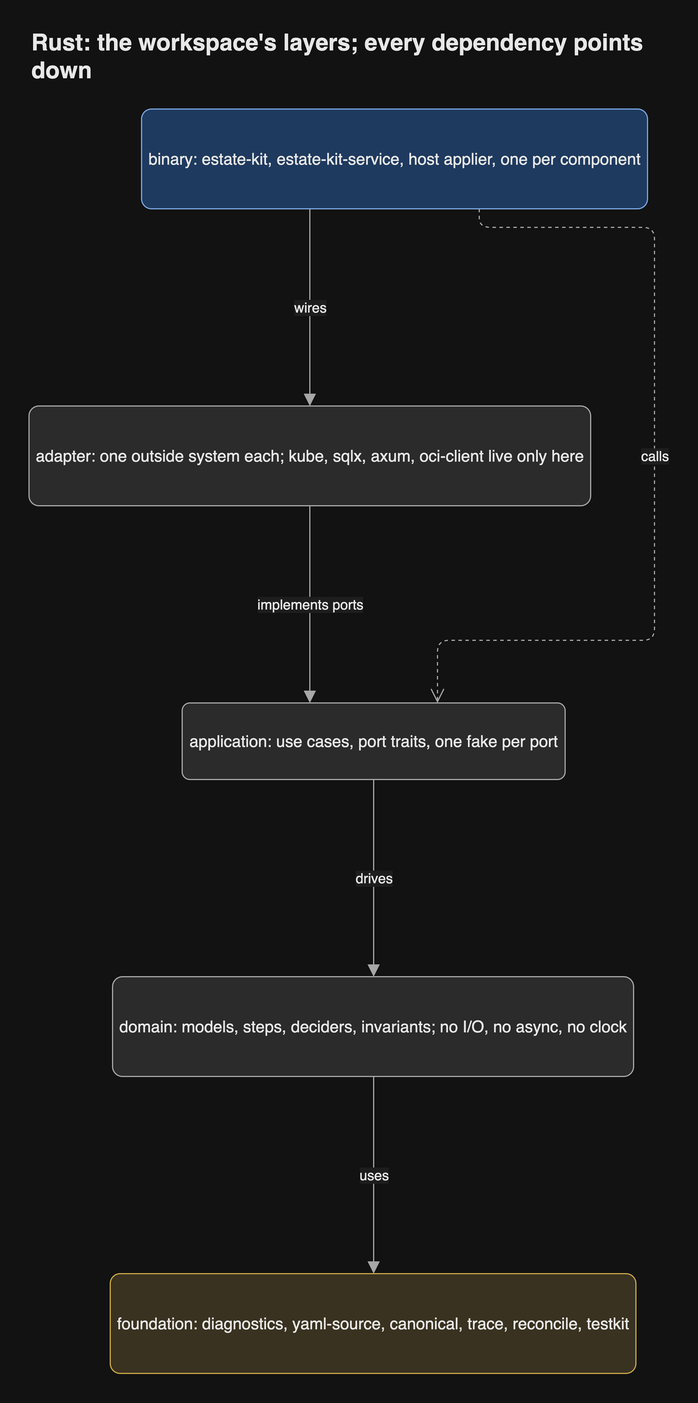
Earlier version of the draw.io export docs/diagrams/png/rust-layers.png (JorisJonkers-dev/estate-kit). Source tidied: cells renumbered, new cells last; positions are measured from the earlier drawing's top-left corner, leaving out a move shared by most shapes.
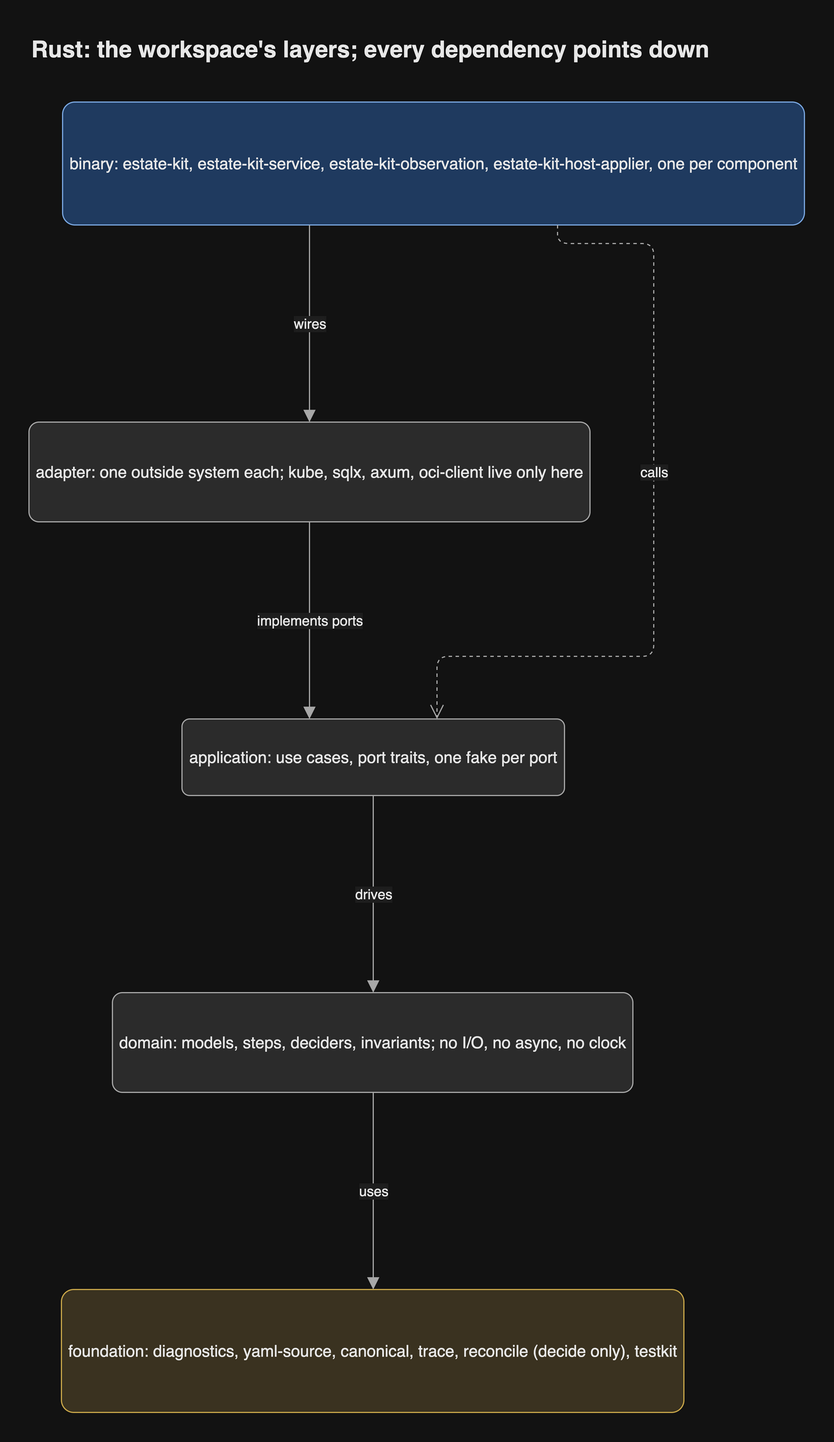
After the change.

The edit, as a diff of the source:
```diff
@@ -2,62 +2,62 @@
   <root>
     <mxCell id="0" />
     <mxCell id="1" parent="0" />
-    <mxCell id="2" value="binary: estate-kit, estate-kit-service, host applier, one per component" style="rounded=1;arcSize=10;html=1;whiteSpace=wrap;fontSize=14;fontColor=light-dark(#1a1a1a,#e8e8e8);fillColor=light-dark(#dae8fc,#1f3a5f);strokeColor=light-dark(#6c8ebf,#7aa7e0);fontFamily=Helvetica;" parent="1" vertex="1">
-      <mxGeometry x="97" y="64" width="436" height="86" as="geometry" />
+    <mxCell id="2" value="binary: estate-kit, estate-kit-service, estate-kit-observation, estate-kit-host-applier, one per component" style="rounded=1;arcSize=10;html=1;whiteSpace=wrap;fontSize=14;fontColor=light-dark(#1a1a1a,#e8e8e8);fillColor=light-dark(#dae8fc,#1f3a5f);strokeColor=light-dark(#6c8ebf,#7aa7e0);fontFamily=Helvetica;" parent="1" vertex="1">
+      <mxGeometry x="29" y="64" width="640" height="106" as="geometry" />
     </mxCell>
     <mxCell id="3" value="adapter: one outside system each; kube, sqlx, axum, oci-client live only here" style="rounded=1;arcSize=10;html=1;whiteSpace=wrap;fontSize=14;fontColor=light-dark(#1a1a1a,#e8e8e8);fillColor=light-dark(#f5f5f5,#2b2b2b);strokeColor=light-dark(#666666,#a8a8a8);fontFamily=Helvetica;" parent="1" vertex="1">
-      <mxGeometry y="320" width="484" height="86" as="geometry" />
+      <mxGeometry y="340" width="484" height="86" as="geometry" />
     </mxCell>
     <mxCell id="4" value="application: use cases, port traits, one fake per port" style="rounded=1;arcSize=10;html=1;whiteSpace=wrap;fontSize=14;fontColor=light-dark(#1a1a1a,#e8e8e8);fillColor=light-dark(#f5f5f5,#2b2b2b);strokeColor=light-dark(#666666,#a8a8a8);fontFamily=Helvetica;" parent="1" vertex="1">
-      <mxGeometry x="132" y="576" width="330" height="66" as="geometry" />
+      <mxGeometry x="132" y="596" width="330" height="66" as="geometry" />
     </mxCell>
     <mxCell id="5" value="domain: models, steps, deciders, invariants; no I/O, no async, no clock" style="rounded=1;arcSize=10;html=1;whiteSpace=wrap;fontSize=14;fontColor=light-dark(#1a1a1a,#e8e8e8);fillColor=light-dark(#f5f5f5,#2b2b2b);strokeColor=light-dark(#666666,#a8a8a8);fontFamily=Helvetica;" parent="1" vertex="1">
-      <mxGeometry x="72" y="812" width="449" height="86" as="geometry" />
+      <mxGeometry x="72" y="832" width="449" height="86" as="geometry" />
     </mxCell>
-    <mxCell id="6" value="foundation: diagnostics, yaml-source, canonical, trace, reconcile, testkit" style="rounded=1;arcSize=10;html=1;whiteSpace=wrap;fontSize=14;fontColor=light-dark(#1a1a1a,#e8e8e8);fillColor=light-dark(#fff2cc,#3a3220);strokeColor=light-dark(#d6b656,#c9a74a);fontFamily=Helvetica;" parent="1" vertex="1">
-      <mxGeometry x="70" y="1068" width="453" height="86" as="geometry" />
+    <mxCell id="6" value="foundation: diagnostics, yaml-source, canonical, trace, reconcile (decide only), testkit" style="rounded=1;arcSize=10;html=1;whiteSpace=wrap;fontSize=14;fontColor=light-dark(#1a1a1a,#e8e8e8);fillColor=light-dark(#fff2cc,#3a3220);strokeColor=light-dark(#d6b656,#c9a74a);fontFamily=Helvetica;" parent="1" vertex="1">
+      <mxGeometry x="28" y="1088" width="537" height="106" as="geometry" />
     </mxCell>
-    <mxCell id="7" value="wires" style="html=1;rounded=1;fontSize=14;fontSize=12;fontColor=light-dark(#1a1a1a,#e8e8e8);strokeColor=light-dark(#666666,#a8a8a8);endArrow=block;endFill=1;endSize=8;curved=0;exitX=0.3326;exitY=1;entryX=0.5;entryY=0;edgeStyle=orthogonalEdgeStyle;fontFamily=Helvetica;labelBackgroundColor=light-dark(#ffffff,#1e1e1e);" parent="1" edge="1" source="2" target="3">
+    <mxCell id="7" value="wires" style="html=1;rounded=1;fontSize=14;fontSize=12;fontColor=light-dark(#1a1a1a,#e8e8e8);strokeColor=light-dark(#666666,#a8a8a8);endArrow=block;endFill=1;endSize=8;curved=0;exitX=0.3328;exitY=1;entryX=0.5;entryY=0;edgeStyle=orthogonalEdgeStyle;fontFamily=Helvetica;labelBackgroundColor=light-dark(#ffffff,#1e1e1e);" parent="1" edge="1" source="2" target="3">
       <mxGeometry relative="1" as="geometry">
         <Array as="points">
-          <mxPoint x="242" y="235" />
+          <mxPoint x="242" y="255" />
         </Array>
       </mxGeometry>
     </mxCell>
     <mxCell id="8" value="implements ports" style="html=1;rounded=1;fontSize=14;fontSize=12;fontColor=light-dark(#1a1a1a,#e8e8e8);strokeColor=light-dark(#666666,#a8a8a8);endArrow=block;endFill=1;endSize=8;curved=0;exitX=0.5;exitY=1;entryX=0.3333;entryY=0;edgeStyle=orthogonalEdgeStyle;fontFamily=Helvetica;labelBackgroundColor=light-dark(#ffffff,#1e1e1e);" parent="1" edge="1" source="3" target="4">
       <mxGeometry relative="1" as="geometry">
         <Array as="points">
-          <mxPoint x="242" y="491" />
+          <mxPoint x="242" y="511" />
         </Array>
       </mxGeometry>
     </mxCell>
     <mxCell id="9" value="drives" style="html=1;rounded=1;fontSize=14;fontSize=12;fontColor=light-dark(#1a1a1a,#e8e8e8);strokeColor=light-dark(#666666,#a8a8a8);endArrow=block;endFill=1;endSize=8;curved=0;exitX=0.5;exitY=1;entryX=0.5011;entryY=0;edgeStyle=orthogonalEdgeStyle;fontFamily=Helvetica;labelBackgroundColor=light-dark(#ffffff,#1e1e1e);" parent="1" edge="1" source="4" target="5">
       <mxGeometry relative="1" as="geometry">
         <Array as="points">
-          <mxPoint x="297" y="727" />
+          <mxPoint x="297" y="747" />
         </Array>
       </mxGeometry>
     </mxCell>
-    <mxCell id="10" value="uses" style="html=1;rounded=1;fontSize=14;fontSize=12;fontColor=light-dark(#1a1a1a,#e8e8e8);strokeColor=light-dark(#666666,#a8a8a8);endArrow=block;endFill=1;endSize=8;curved=0;exitX=0.5011;exitY=1;entryX=0.5011;entryY=0;edgeStyle=orthogonalEdgeStyle;fontFamily=Helvetica;labelBackgroundColor=light-dark(#ffffff,#1e1e1e);" parent="1" edge="1" source="5" target="6">
+    <mxCell id="10" value="uses" style="html=1;rounded=1;fontSize=14;fontSize=12;fontColor=light-dark(#1a1a1a,#e8e8e8);strokeColor=light-dark(#666666,#a8a8a8);endArrow=block;endFill=1;endSize=8;curved=0;exitX=0.5011;exitY=1;entryX=0.5009;entryY=0;edgeStyle=orthogonalEdgeStyle;fontFamily=Helvetica;labelBackgroundColor=light-dark(#ffffff,#1e1e1e);" parent="1" edge="1" source="5" target="6">
       <mxGeometry relative="1" as="geometry">
         <Array as="points">
-          <mxPoint x="297" y="983" />
+          <mxPoint x="297" y="1003" />
         </Array>
       </mxGeometry>
     </mxCell>
-    <mxCell id="11" value="calls" style="html=1;rounded=1;fontSize=14;fontSize=12;fontColor=light-dark(#1a1a1a,#e8e8e8);strokeColor=light-dark(#666666,#a8a8a8);endArrow=open;endSize=10;dashed=1;curved=0;exitX=0.6674;exitY=1;entryX=0.6667;entryY=0;edgeStyle=orthogonalEdgeStyle;fontFamily=Helvetica;labelBackgroundColor=light-dark(#ffffff,#1e1e1e);" parent="1" edge="1" source="2" target="4">
+    <mxCell id="11" value="calls" style="html=1;rounded=1;fontSize=14;fontSize=12;fontColor=light-dark(#1a1a1a,#e8e8e8);strokeColor=light-dark(#666666,#a8a8a8);endArrow=open;endSize=10;dashed=1;curved=0;exitX=0.6672;exitY=1;entryX=0.6667;entryY=0;edgeStyle=orthogonalEdgeStyle;fontFamily=Helvetica;labelBackgroundColor=light-dark(#ffffff,#1e1e1e);" parent="1" edge="1" source="2" target="4">
       <mxGeometry relative="1" as="geometry">
         <Array as="points">
-          <mxPoint x="388" y="166" />
-          <mxPoint x="539" y="166" />
-          <mxPoint x="539" y="522" />
-          <mxPoint x="352" y="522" />
+          <mxPoint x="456" y="186" />
+          <mxPoint x="539" y="186" />
+          <mxPoint x="539" y="542" />
+          <mxPoint x="352" y="542" />
         </Array>
-        <mxPoint y="-18" as="offset" />
+        <mxPoint y="-52" as="offset" />
       </mxGeometry>
     </mxCell>
     <mxCell id="12" value="Rust: the workspace's layers; every dependency points down" style="text;html=1;whiteSpace=wrap;align=left;verticalAlign=middle;fontSize=20;fontStyle=1;fontColor=light-dark(#1a1a1a,#e8e8e8);fontFamily=Helvetica;" parent="1" vertex="1">
-      <mxGeometry width="533" height="36" as="geometry" />
+      <mxGeometry width="669" height="36" as="geometry" />
     </mxCell>
   </root>
 </mxGraphModel>
```
